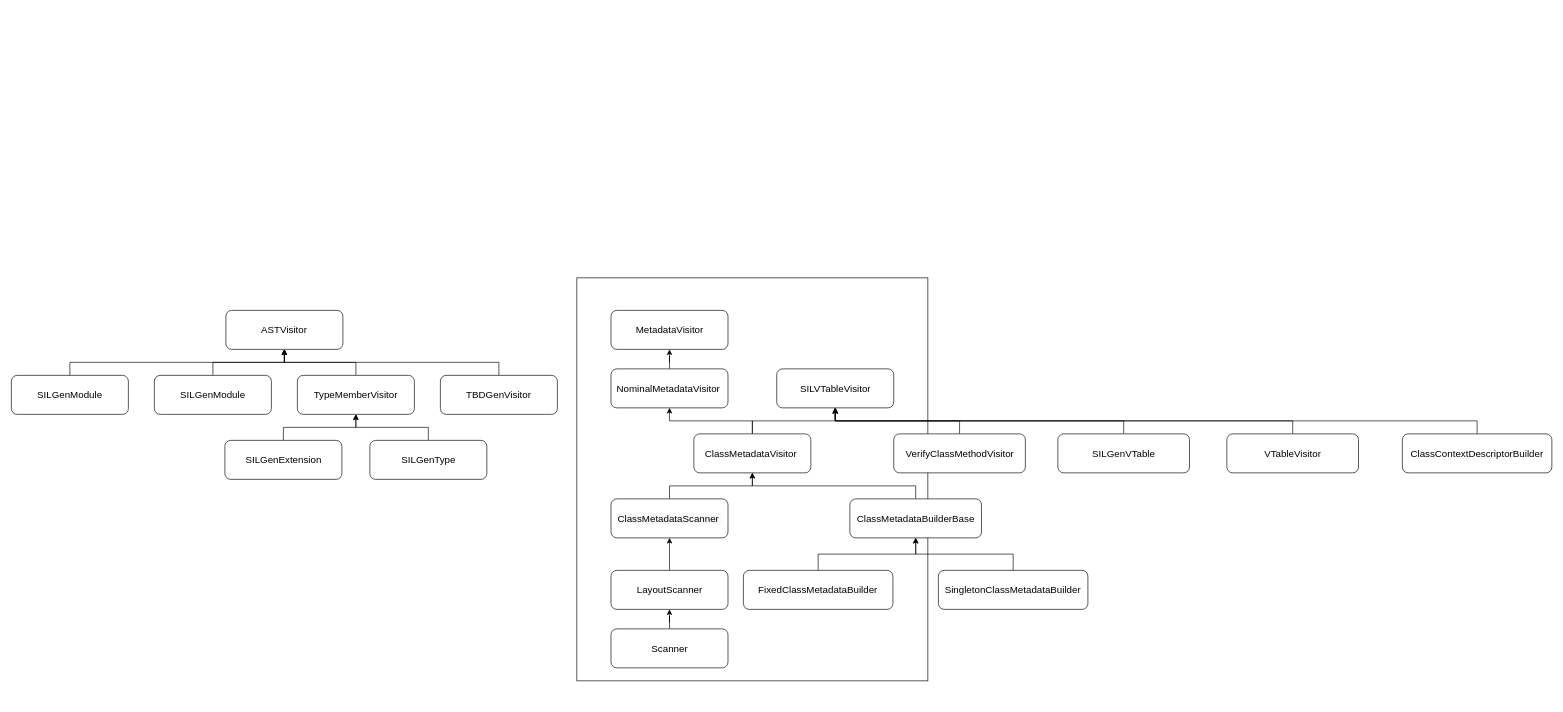
Before: ClassDescriptor.drawio in star-j/Flowchart, a draw.io diagram. Source tidied: cells renumbered, new cells numbered last; positions are measured from the earlier drawing's top-left corner, leaving out a move shared by most shapes. Both pictures are drawn from the tidied source at 65%, with x=0, y=0 at pixel (11, 278).
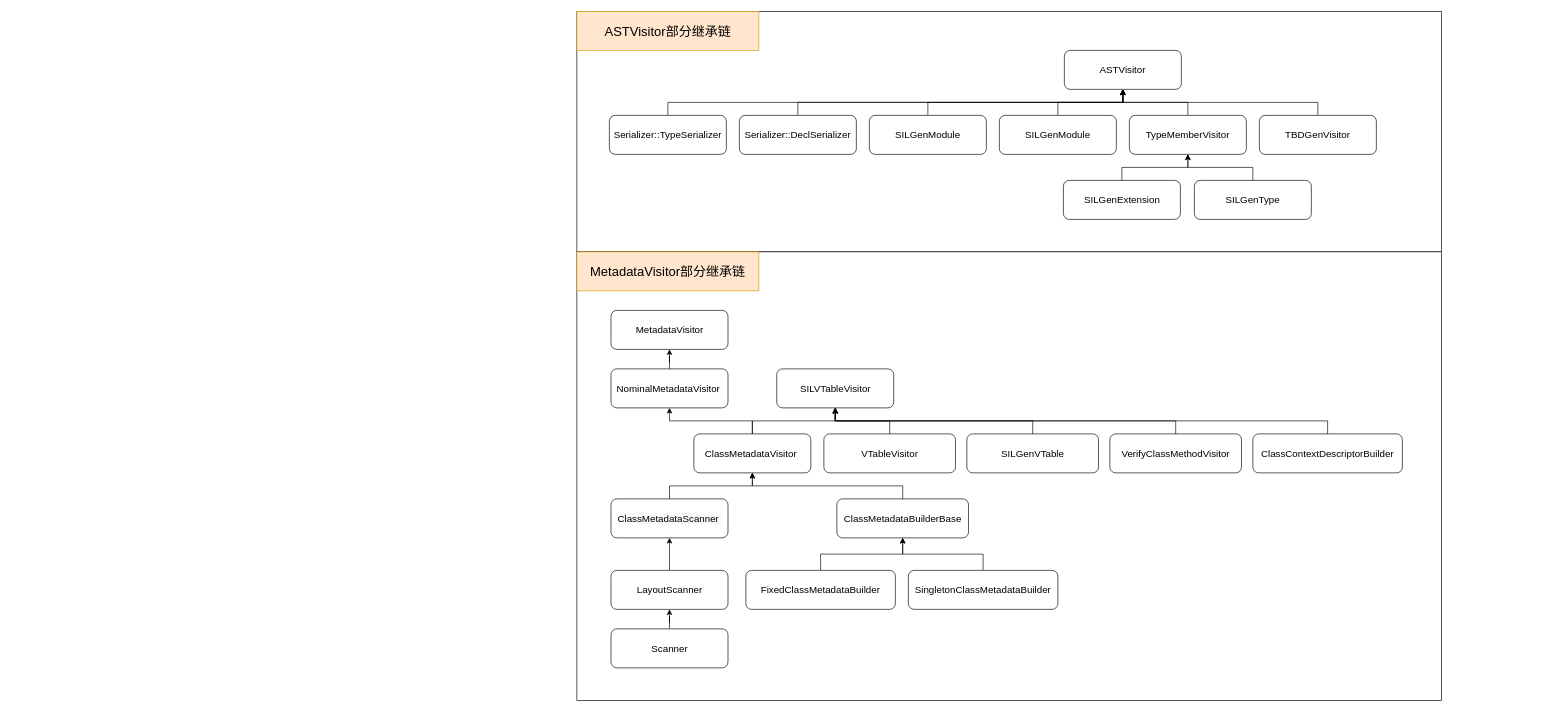
Above is the later version.

The edit, as a diff of the source:
```diff
@@
+    <mxCell id="43" style="rounded=0;whiteSpace=wrap;html=1;" parent="1" vertex="1">
+      <mxGeometry x="870" y="-410" width="1330" height="370" as="geometry" />
+    </mxCell>
     <mxCell id="2" style="rounded=0;whiteSpace=wrap;html=1;fontSize=15;" parent="1" vertex="1">
-      <mxGeometry x="870" width="540" height="620" as="geometry" />
+      <mxGeometry x="870" y="-40" width="1330" height="690" as="geometry" />
     </mxCell>
@@
     <mxCell id="17" value="ClassMetadataBuilderBase" style="whiteSpace=wrap;html=1;fontSize=15;rounded=1;" parent="1" vertex="1">
-      <mxGeometry x="1290" y="340" width="202.5" height="60" as="geometry" />
+      <mxGeometry x="1270" y="340" width="202.5" height="60" as="geometry" />
     </mxCell>
@@
     <mxCell id="19" value="FixedClassMetadataBuilder" style="whiteSpace=wrap;html=1;fontSize=15;rounded=1;" parent="1" vertex="1">
-      <mxGeometry x="1126.2" y="450" width="230" height="60" as="geometry" />
+      <mxGeometry x="1130" y="450" width="230" height="60" as="geometry" />
     </mxCell>
@@
     <mxCell id="21" value="SingletonClassMetadataBuilder" style="whiteSpace=wrap;html=1;fontSize=15;rounded=1;" parent="1" vertex="1">
-      <mxGeometry x="1426.2" y="450" width="230" height="60" as="geometry" />
+      <mxGeometry x="1380" y="450" width="230" height="60" as="geometry" />
     </mxCell>
@@
     <mxCell id="23" value="VerifyClassMethodVisitor" style="whiteSpace=wrap;html=1;fontSize=15;rounded=1;" parent="1" vertex="1">
-      <mxGeometry x="1357.5" y="240" width="202.5" height="60" as="geometry" />
+      <mxGeometry x="1690" y="240" width="202.5" height="60" as="geometry" />
     </mxCell>
@@
     <mxCell id="25" value="SILGenVTable" style="whiteSpace=wrap;html=1;fontSize=15;rounded=1;" parent="1" vertex="1">
-      <mxGeometry x="1610" y="240" width="202.5" height="60" as="geometry" />
+      <mxGeometry x="1470" y="240" width="202.5" height="60" as="geometry" />
     </mxCell>
@@
     <mxCell id="27" value="VTableVisitor" style="whiteSpace=wrap;html=1;fontSize=15;rounded=1;" parent="1" vertex="1">
-      <mxGeometry x="1870" y="240" width="202.5" height="60" as="geometry" />
+      <mxGeometry x="1250" y="240" width="202.5" height="60" as="geometry" />
     </mxCell>
@@
     <mxCell id="29" value="ClassContextDescriptorBuilder" style="whiteSpace=wrap;html=1;fontSize=15;rounded=1;" parent="1" vertex="1">
-      <mxGeometry x="2140" y="240" width="230" height="60" as="geometry" />
+      <mxGeometry x="1910" y="240" width="230" height="60" as="geometry" />
     </mxCell>
     <mxCell id="30" value="ASTVisitor" style="whiteSpace=wrap;html=1;fontSize=15;rounded=1;" parent="1" vertex="1">
-      <mxGeometry x="330" y="50" width="180" height="60" as="geometry" />
+      <mxGeometry x="1620" y="-350" width="180" height="60" as="geometry" />
     </mxCell>
@@
     <mxCell id="32" value="TypeMemberVisitor" style="whiteSpace=wrap;html=1;fontSize=15;rounded=1;" parent="1" vertex="1">
-      <mxGeometry x="440" y="150" width="180" height="60" as="geometry" />
+      <mxGeometry x="1720" y="-250" width="180" height="60" as="geometry" />
     </mxCell>
@@
     <mxCell id="34" value="SILGenType" style="whiteSpace=wrap;html=1;fontSize=15;rounded=1;" parent="1" vertex="1">
-      <mxGeometry x="551.5" y="250" width="180" height="60" as="geometry" />
+      <mxGeometry x="1820" y="-150" width="180" height="60" as="geometry" />
     </mxCell>
@@
     <mxCell id="36" value="SILGenExtension" style="whiteSpace=wrap;html=1;fontSize=15;rounded=1;" parent="1" vertex="1">
-      <mxGeometry x="328.5" y="250" width="180" height="60" as="geometry" />
+      <mxGeometry x="1618.5" y="-150" width="180" height="60" as="geometry" />
     </mxCell>
@@
     <mxCell id="38" value="SILGenModule" style="whiteSpace=wrap;html=1;fontSize=15;rounded=1;" parent="1" vertex="1">
-      <mxGeometry x="220" y="150" width="180" height="60" as="geometry" />
+      <mxGeometry x="1520" y="-250" width="180" height="60" as="geometry" />
     </mxCell>
@@
     <mxCell id="40" value="SILGenModule" style="whiteSpace=wrap;html=1;fontSize=15;rounded=1;" parent="1" vertex="1">
-      <mxGeometry y="150" width="180" height="60" as="geometry" />
+      <mxGeometry x="1320" y="-250" width="180" height="60" as="geometry" />
     </mxCell>
@@
     <mxCell id="42" value="TBDGenVisitor" style="whiteSpace=wrap;html=1;fontSize=15;rounded=1;" parent="1" vertex="1">
-      <mxGeometry x="660" y="150" width="180" height="60" as="geometry" />
+      <mxGeometry x="1920" y="-250" width="180" height="60" as="geometry" />
     </mxCell>
+    <mxCell id="44" style="edgeStyle=orthogonalEdgeStyle;rounded=0;jettySize=auto;html=1;exitX=0.5;exitY=0;exitDx=0;exitDy=0;entryX=0.5;entryY=1;entryDx=0;entryDy=0;" parent="1" edge="1" source="45" target="30">
+      <mxGeometry relative="1" as="geometry" />
+    </mxCell>
+    <mxCell id="45" value="Serializer::DeclSerializer" style="whiteSpace=wrap;html=1;fontSize=15;rounded=1;" parent="1" vertex="1">
+      <mxGeometry x="1120" y="-250" width="180" height="60" as="geometry" />
+    </mxCell>
+    <mxCell id="46" style="edgeStyle=orthogonalEdgeStyle;rounded=0;jettySize=auto;html=1;exitX=0.5;exitY=0;exitDx=0;exitDy=0;entryX=0.5;entryY=1;entryDx=0;entryDy=0;" parent="1" edge="1" source="47" target="30">
+      <mxGeometry relative="1" as="geometry" />
+    </mxCell>
+    <mxCell id="47" value="Serializer::TypeSerializer" style="whiteSpace=wrap;html=1;fontSize=15;rounded=1;" parent="1" vertex="1">
+      <mxGeometry x="920" y="-250" width="180" height="60" as="geometry" />
+    </mxCell>
+    <mxCell id="48" value="&lt;span style=&quot;font-size: 20px&quot;&gt;ASTVisitor部分继承链&lt;/span&gt;" style="rounded=0;whiteSpace=wrap;html=1;fillColor=#ffe6cc;strokeColor=#d79b00;fontSize=20;" parent="1" vertex="1">
+      <mxGeometry x="870" y="-410" width="280" height="60" as="geometry" />
+    </mxCell>
+    <mxCell id="49" value="&lt;font style=&quot;font-size: 20px&quot;&gt;MetadataVisitor部分继承链&lt;/font&gt;" style="rounded=0;whiteSpace=wrap;html=1;fillColor=#ffe6cc;strokeColor=#d79b00;fontSize=20;" parent="1" vertex="1">
+      <mxGeometry x="870" y="-40" width="280" height="60" as="geometry" />
+    </mxCell>
```
